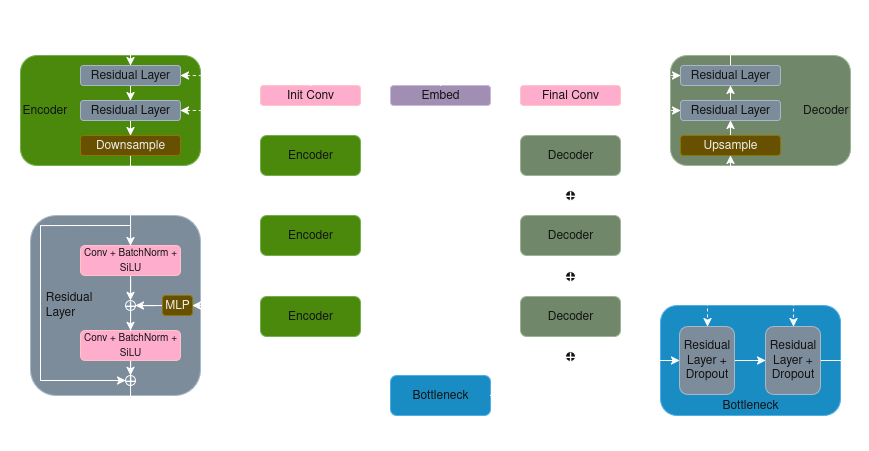
Earlier version of the draw.io export assets/architecture/unet.png (mradovic38/sprite-flow). Source tidied: cells renumbered, new cells last; positions are measured from the earlier drawing's top-left corner, leaving out a move shared by most shapes.
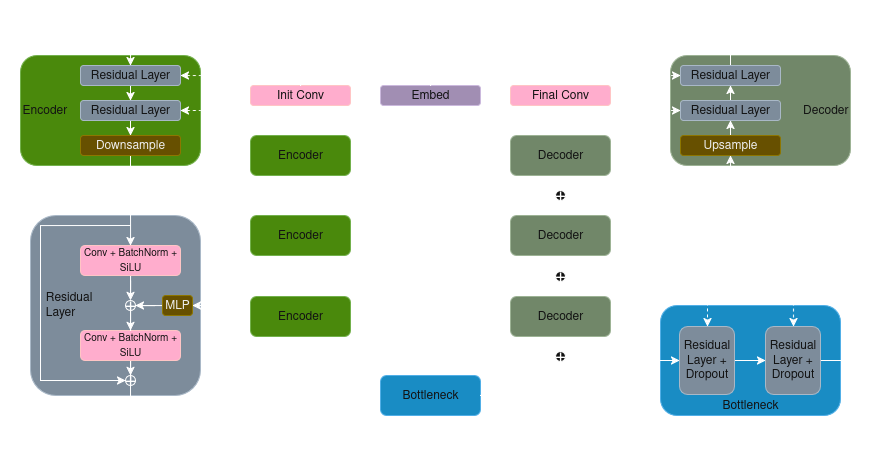
After the change.

Commit message:
Update model architecture chart

The edit, as a diff of the source:
```diff
@@ -3,7 +3,7 @@
     <mxCell id="0" />
     <mxCell id="1" parent="0" />
     <mxCell id="2" style="group;" parent="1" vertex="1">
-      <mxGeometry x="260" width="360" height="380" as="geometry" />
+      <mxGeometry x="250" width="360" height="380" as="geometry" />
     </mxCell>
     <mxCell id="3" style="edgeStyle=orthogonalEdgeStyle;rounded=0;jettySize=auto;html=1;" parent="2" edge="1" source="4" target="7">
       <mxGeometry relative="1" as="geometry" />
@@ -140,11 +140,17 @@
     <mxCell id="40" style="edgeStyle=orthogonalEdgeStyle;rounded=0;jettySize=auto;html=1;" parent="2" edge="1" source="13" target="39">
       <mxGeometry relative="1" as="geometry" />
     </mxCell>
+    <mxCell id="95" value="Residual connection" style="text;html=1;align=center;verticalAlign=middle;strokeColor=none;fillColor=none;" parent="2" vertex="1">
+      <mxGeometry x="120" y="221" width="130" height="30" as="geometry" />
+    </mxCell>
+    <mxCell id="96" value="Residual connection" style="text;html=1;align=center;verticalAlign=middle;strokeColor=none;fillColor=none;" parent="2" vertex="1">
+      <mxGeometry x="120" y="299" width="130" height="30" as="geometry" />
+    </mxCell>
     <mxCell id="41" style="group;" parent="1" vertex="1">
-      <mxGeometry y="13" width="250" height="154" as="geometry" />
+      <mxGeometry y="13" width="850" height="154" as="geometry" />
     </mxCell>
     <mxCell id="42" style="group;" parent="41" vertex="1">
-      <mxGeometry x="650" y="-13" width="200" height="150" as="geometry" />
+      <mxGeometry x="650" y="-13" width="200" height="160" as="geometry" />
     </mxCell>
     <mxCell id="43" value="&lt;div align=&quot;right&quot;&gt;Decoder&lt;/div&gt;" style="rounded=1;whiteSpace=wrap;html=1;fillColor=#6d8764;fontColor=#ffffff;strokeColor=#3A5431;align=right;" parent="42" vertex="1">
       <mxGeometry x="20" y="20" width="180" height="110" as="geometry" />
@@ -184,6 +190,9 @@
     <mxCell id="52" value="Upsample" style="rounded=1;whiteSpace=wrap;html=1;fillColor=#e3c800;fontColor=#000000;strokeColor=#B09500;" parent="42" vertex="1">
       <mxGeometry x="30" y="100" width="100" height="20" as="geometry" />
     </mxCell>
+    <mxCell id="97" value="&lt;font face=&quot;Verdana&quot;&gt;&lt;i&gt;t&lt;/i&gt;&lt;/font&gt;" style="text;html=1;align=center;verticalAlign=middle;whiteSpace=wrap;rounded=0;" parent="42" vertex="1">
+      <mxGeometry x="-30" y="130" width="60" height="30" as="geometry" />
+    </mxCell>
     <mxCell id="53" style="group;" parent="41" vertex="1">
       <mxGeometry x="20" y="-13" width="230" height="160" as="geometry" />
     </mxCell>
@@ -369,5 +378,8 @@
         </Array>
       </mxGeometry>
     </mxCell>
+    <mxCell id="98" value="Residual connection" style="text;html=1;align=center;verticalAlign=middle;strokeColor=none;fillColor=none;" parent="1" vertex="1">
+      <mxGeometry x="370" y="138" width="130" height="30" as="geometry" />
+    </mxCell>
   </root>
 </mxGraphModel>
```
